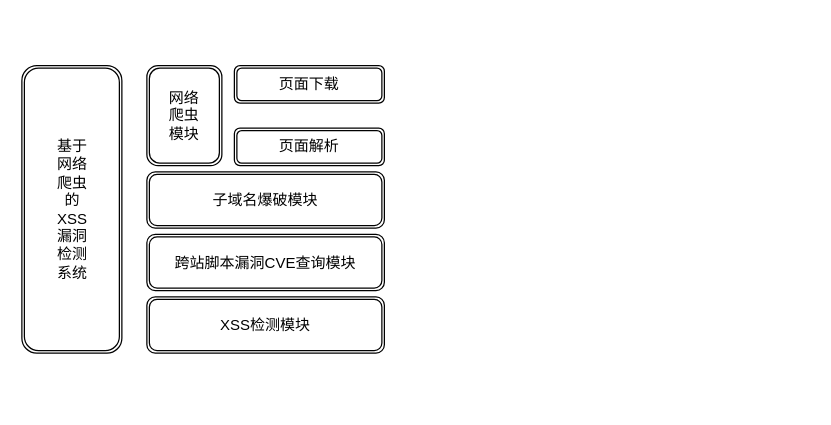
Above: page "Page-1" (1 of 2) of Untitled Diagram.drawio in ooooojamin/hello-world (draw.io), before the change. Source tidied: cells renumbered, new cells numbered last; positions are measured from the earlier drawing's top-left corner, leaving out a move shared by most shapes. Both pictures are drawn from the tidied source at 125%, with x=0, y=0 at pixel (21, 65).
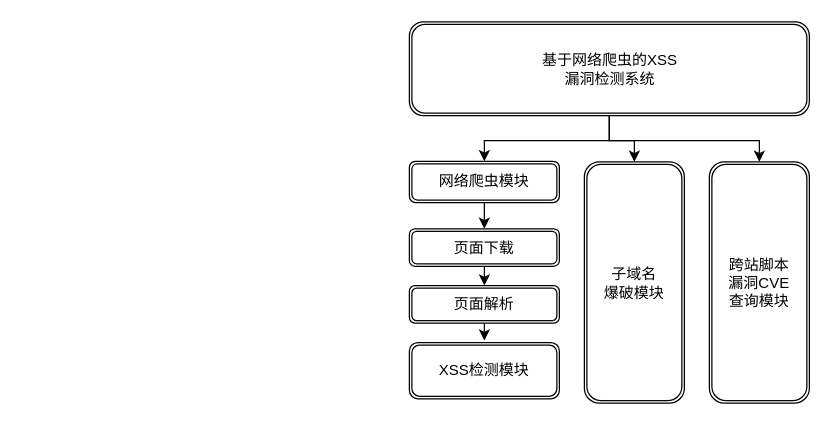
After the change.

Diff of the diagram source:
```diff
@@
 <mxGraphModel>
   <root>
     <mxCell id="0" />
     <mxCell id="1" parent="0" />
+    <mxCell id="9" style="edgeStyle=orthogonalEdgeStyle;rounded=0;jettySize=auto;html=1;exitX=0.5;exitY=1;exitDx=0;exitDy=0;entryX=0.5;entryY=0;entryDx=0;entryDy=0;" parent="1" edge="1" source="2" target="5">
+      <mxGeometry relative="1" as="geometry">
+        <Array as="points">
+          <mxPoint x="470" y="60" />
+          <mxPoint x="490" y="60" />
+        </Array>
+      </mxGeometry>
+    </mxCell>
+    <mxCell id="10" style="edgeStyle=orthogonalEdgeStyle;rounded=0;jettySize=auto;html=1;exitX=0.5;exitY=1;exitDx=0;exitDy=0;entryX=0.5;entryY=0;entryDx=0;entryDy=0;" parent="1" edge="1" source="2" target="3">
+      <mxGeometry relative="1" as="geometry">
+        <Array as="points">
+          <mxPoint x="470" y="60" />
+          <mxPoint x="370" y="60" />
+        </Array>
+      </mxGeometry>
+    </mxCell>
+    <mxCell id="11" style="edgeStyle=orthogonalEdgeStyle;rounded=0;jettySize=auto;html=1;exitX=0.5;exitY=1;exitDx=0;exitDy=0;entryX=0.5;entryY=0;entryDx=0;entryDy=0;" parent="1" edge="1" source="2" target="7">
+      <mxGeometry relative="1" as="geometry" />
+    </mxCell>
-    <mxCell id="2" value="基于&lt;br&gt;网络&lt;br&gt;爬虫&lt;br&gt;的&lt;br&gt;XSS&lt;br&gt;漏洞&lt;br&gt;检测&lt;br&gt;系统" style="shape=ext;double=1;rounded=1;html=1;verticalAlign=middle;horizontal=1;" parent="1" vertex="1">
-      <mxGeometry width="80" height="230" as="geometry" />
+    <mxCell id="2" value="基于网络爬虫的XSS&lt;br&gt;漏洞检测系统" style="shape=ext;double=1;rounded=1;html=1;verticalAlign=middle;horizontal=1;" parent="1" vertex="1">
+      <mxGeometry x="310" y="-35" width="320" height="75" as="geometry" />
     </mxCell>
+    <mxCell id="12" style="edgeStyle=orthogonalEdgeStyle;rounded=0;jettySize=auto;html=1;exitX=0.5;exitY=1;exitDx=0;exitDy=0;entryX=0.5;entryY=0;entryDx=0;entryDy=0;" parent="1" edge="1" source="3" target="4">
+      <mxGeometry relative="1" as="geometry" />
+    </mxCell>
-    <mxCell id="3" value="网络&lt;br&gt;爬虫&lt;br&gt;模块&lt;br&gt;" style="shape=ext;double=1;rounded=1;whiteSpace=wrap;html=1;" parent="1" vertex="1">
-      <mxGeometry x="100" width="60" height="80" as="geometry" />
+    <mxCell id="3" value="网络爬虫模块&lt;br&gt;" style="shape=ext;double=1;rounded=1;whiteSpace=wrap;html=1;" parent="1" vertex="1">
+      <mxGeometry x="310" y="76.5" width="120" height="33" as="geometry" />
     </mxCell>
+    <mxCell id="13" style="edgeStyle=orthogonalEdgeStyle;rounded=0;jettySize=auto;html=1;exitX=0.5;exitY=1;exitDx=0;exitDy=0;entryX=0.5;entryY=0;entryDx=0;entryDy=0;" parent="1" edge="1" source="4" target="6">
+      <mxGeometry relative="1" as="geometry" />
+    </mxCell>
     <mxCell id="4" value="页面下载&lt;br&gt;" style="shape=ext;double=1;rounded=1;whiteSpace=wrap;html=1;" parent="1" vertex="1">
-      <mxGeometry x="170" width="120" height="30" as="geometry" />
+      <mxGeometry x="310" y="130.5" width="120" height="30" as="geometry" />
     </mxCell>
-    <mxCell id="5" value="子域名爆破模块&lt;br&gt;" style="shape=ext;double=1;rounded=1;whiteSpace=wrap;html=1;" parent="1" vertex="1">
-      <mxGeometry x="100" y="85" width="190" height="45" as="geometry" />
+    <mxCell id="5" value="子域名&lt;br&gt;爆破模块&lt;br&gt;" style="shape=ext;double=1;rounded=1;whiteSpace=wrap;html=1;" parent="1" vertex="1">
+      <mxGeometry x="450" y="77" width="80" height="193" as="geometry" />
     </mxCell>
+    <mxCell id="14" style="edgeStyle=orthogonalEdgeStyle;rounded=0;jettySize=auto;html=1;exitX=0.5;exitY=1;exitDx=0;exitDy=0;" parent="1" edge="1" source="6">
+      <mxGeometry relative="1" as="geometry">
+        <mxPoint x="370" y="220" as="targetPoint" />
+      </mxGeometry>
+    </mxCell>
     <mxCell id="6" value="页面解析&lt;br&gt;" style="shape=ext;double=1;rounded=1;whiteSpace=wrap;html=1;" parent="1" vertex="1">
-      <mxGeometry x="170" y="50" width="120" height="30" as="geometry" />
+      <mxGeometry x="310" y="176" width="120" height="30" as="geometry" />
     </mxCell>
-    <mxCell id="7" value="跨站脚本漏洞CVE查询模块&lt;br&gt;" style="shape=ext;double=1;rounded=1;whiteSpace=wrap;html=1;" parent="1" vertex="1">
-      <mxGeometry x="100" y="135" width="190" height="45" as="geometry" />
+    <mxCell id="7" value="跨站脚本&lt;br&gt;漏洞CVE&lt;br&gt;查询模块&lt;br&gt;" style="shape=ext;double=1;rounded=1;whiteSpace=wrap;html=1;" parent="1" vertex="1">
+      <mxGeometry x="550" y="77" width="80" height="193" as="geometry" />
     </mxCell>
     <mxCell id="8" value="XSS检测模块&lt;br&gt;" style="shape=ext;double=1;rounded=1;whiteSpace=wrap;html=1;" parent="1" vertex="1">
-      <mxGeometry x="100" y="185" width="190" height="45" as="geometry" />
+      <mxGeometry x="310" y="221.5" width="120" height="45" as="geometry" />
     </mxCell>
   </root>
 </mxGraphModel>
```
